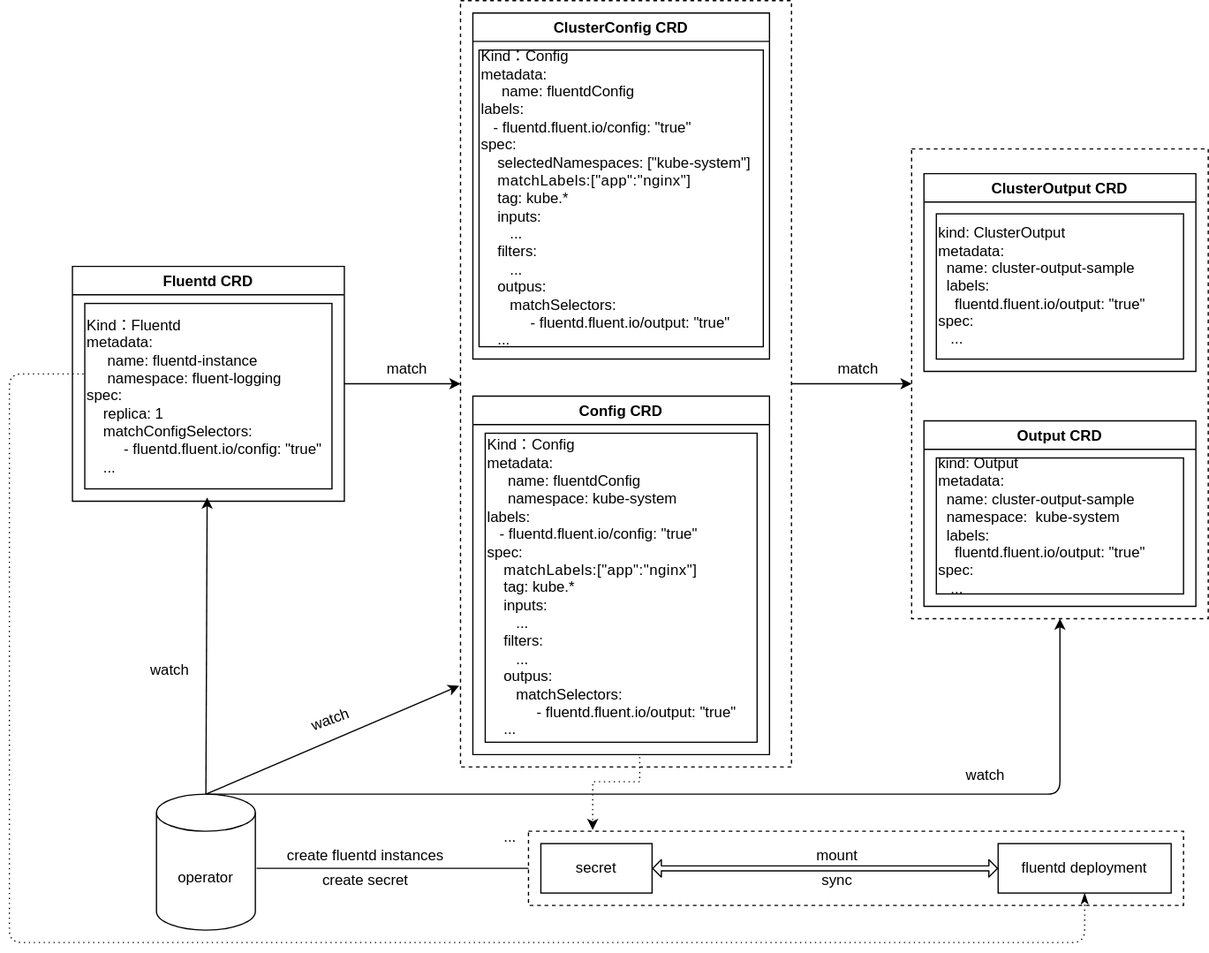
Above: images/fluentd-operator.svg in zhu733756/bedpic (draw.io), before the change. Source tidied: cells renumbered, new cells last; positions are measured from the earlier drawing's top-left corner, leaving out a move shared by most shapes.
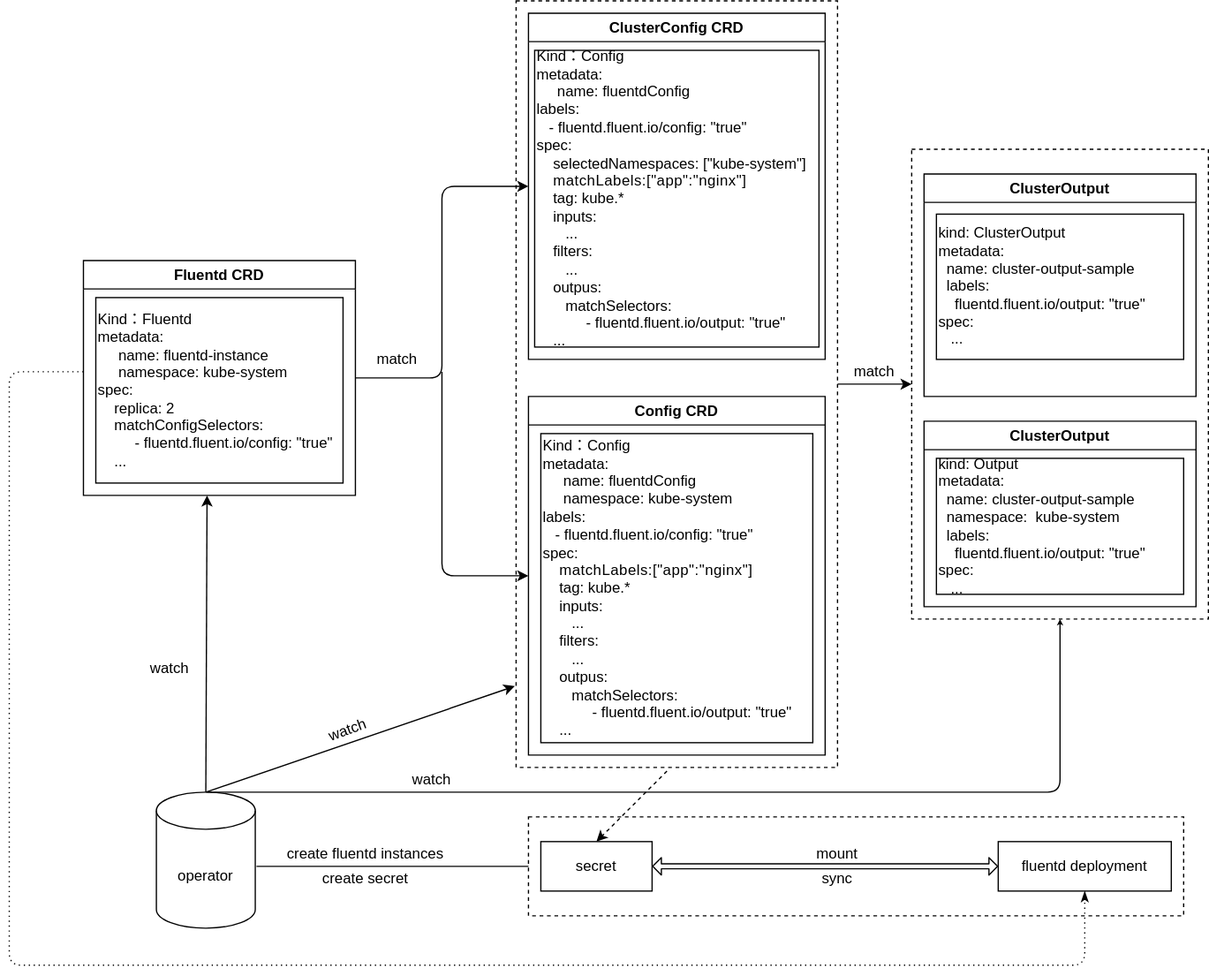
Later version of the same file.

Commit message:
update fluentd operator

What changed in the source:
```diff
@@ -3,31 +3,47 @@
     <mxCell id="0" />
     <mxCell id="1" parent="0" />
     <mxCell id="2" style="rounded=0;whiteSpace=wrap;html=1;dashed=1;" parent="1" vertex="1">
-      <mxGeometry x="365" width="267.8" height="620" as="geometry" />
+      <mxGeometry x="410" y="2" width="260" height="620" as="geometry" />
     </mxCell>
     <mxCell id="3" value="Fluentd CRD" style="swimlane;" parent="1" vertex="1">
-      <mxGeometry x="51" y="215" width="220" height="190" as="geometry" />
+      <mxGeometry x="60" y="212" width="220" height="190" as="geometry" />
     </mxCell>
-    <mxCell id="4" value="Kind：Fluentd&lt;br&gt;metadata:&lt;br&gt;&amp;nbsp; &amp;nbsp; &amp;nbsp;name: fluentd-instance&lt;br&gt;&amp;nbsp; &amp;nbsp; &amp;nbsp;namespace: fluent-logging&lt;br&gt;spec:&lt;br&gt;&amp;nbsp; &amp;nbsp; replica: 1&lt;br&gt;&amp;nbsp; &amp;nbsp; matchConfigSelectors:&lt;br&gt;&amp;nbsp; &amp;nbsp; &amp;nbsp; &amp;nbsp; &amp;nbsp;- fluentd.fluent.io/config: &quot;true&quot;&lt;br&gt;&amp;nbsp; &amp;nbsp; ..." style="whiteSpace=wrap;html=1;align=left;" parent="3" vertex="1">
+    <mxCell id="4" value="Kind：Fluentd&lt;br&gt;metadata:&lt;br&gt;&amp;nbsp; &amp;nbsp; &amp;nbsp;name: fluentd-instance&lt;br&gt;&amp;nbsp; &amp;nbsp; &amp;nbsp;namespace: kube-system&lt;br&gt;spec:&lt;br&gt;&amp;nbsp; &amp;nbsp; replica: 2&lt;br&gt;&amp;nbsp; &amp;nbsp; matchConfigSelectors:&lt;br&gt;&amp;nbsp; &amp;nbsp; &amp;nbsp; &amp;nbsp; &amp;nbsp;- fluentd.fluent.io/config: &quot;true&quot;&lt;br&gt;&amp;nbsp; &amp;nbsp; ..." style="whiteSpace=wrap;html=1;align=left;" parent="3" vertex="1">
       <mxGeometry x="10" y="30" width="200" height="150" as="geometry" />
     </mxCell>
     <mxCell id="5" value="Config CRD" style="swimlane;" parent="1" vertex="1">
-      <mxGeometry x="375" y="320" width="240" height="290" as="geometry" />
+      <mxGeometry x="420" y="322" width="240" height="290" as="geometry" />
     </mxCell>
     <mxCell id="6" value="&lt;div style=&quot;text-align: center&quot;&gt;&lt;br&gt;&lt;/div&gt;&lt;br&gt;&lt;br&gt;&lt;br&gt;&lt;br&gt;&lt;br&gt;Kind：Config&lt;br&gt;metadata:&lt;br&gt;&amp;nbsp; &amp;nbsp; &amp;nbsp;name: fluentdConfig&lt;br&gt;&amp;nbsp; &amp;nbsp; &amp;nbsp;namespace: kube-system&lt;br&gt;labels:&lt;br&gt;&amp;nbsp; &amp;nbsp;- fluentd.fluent.io/config: &quot;true&quot;&lt;br&gt;spec:&lt;br&gt;&amp;nbsp; &amp;nbsp;&amp;nbsp;&lt;span style=&quot;background-color: transparent ; color: inherit ; letter-spacing: 0.35px&quot;&gt;&lt;font style=&quot;font-size: 12px&quot;&gt;matchLabels:[&quot;app&quot;:&quot;nginx&quot;]&lt;/font&gt;&lt;/span&gt;&lt;br&gt;&amp;nbsp; &amp;nbsp; tag: kube.*&lt;br&gt;&amp;nbsp; &amp;nbsp; inputs:&lt;br&gt;&amp;nbsp; &amp;nbsp; &amp;nbsp; &amp;nbsp;...&lt;br&gt;&amp;nbsp; &amp;nbsp; filters:&lt;br&gt;&amp;nbsp; &amp;nbsp; &amp;nbsp; &amp;nbsp;...&lt;br&gt;&amp;nbsp; &amp;nbsp; outpus:&lt;br&gt;&amp;nbsp; &amp;nbsp; &amp;nbsp; &amp;nbsp;matchSelectors:&lt;br&gt;&amp;nbsp; &amp;nbsp; &amp;nbsp; &amp;nbsp; &amp;nbsp; &amp;nbsp; -&amp;nbsp;fluentd.fluent.io/output: &quot;true&quot;&lt;br&gt;&amp;nbsp; &amp;nbsp; ...&lt;br&gt;&lt;br&gt;&lt;br&gt;&lt;br&gt;&lt;br&gt;&lt;br&gt;&amp;nbsp; &amp;nbsp; ..." style="whiteSpace=wrap;html=1;align=left;" parent="5" vertex="1">
       <mxGeometry x="10" y="30" width="220" height="250" as="geometry" />
     </mxCell>
     <mxCell id="7" value="ClusterConfig CRD" style="swimlane;" parent="1" vertex="1">
-      <mxGeometry x="375" y="10" width="240" height="280" as="geometry" />
+      <mxGeometry x="420" y="12" width="240" height="280" as="geometry" />
     </mxCell>
     <mxCell id="8" value="Kind：Config&lt;br&gt;metadata:&lt;br&gt;&amp;nbsp; &amp;nbsp; &amp;nbsp;name: fluentdConfig&lt;br&gt;labels:&lt;br&gt;&amp;nbsp; &amp;nbsp;- fluentd.fluent.io/config: &quot;true&quot;&lt;br&gt;spec:&lt;br&gt;&amp;nbsp; &amp;nbsp; selectedNamespaces: [&quot;kube-system&quot;]&lt;br&gt;&amp;nbsp; &amp;nbsp;&amp;nbsp;&lt;span style=&quot;background-color: transparent ; color: inherit ; letter-spacing: 0.35px&quot;&gt;&lt;font style=&quot;font-size: 12px&quot;&gt;matchLabels:[&quot;app&quot;:&quot;nginx&quot;]&lt;/font&gt;&lt;/span&gt;&lt;br&gt;&amp;nbsp; &amp;nbsp; tag: kube.*&lt;br&gt;&amp;nbsp; &amp;nbsp; inputs:&lt;br&gt;&amp;nbsp; &amp;nbsp; &amp;nbsp; &amp;nbsp;...&lt;br&gt;&amp;nbsp; &amp;nbsp; filters:&lt;br&gt;&amp;nbsp; &amp;nbsp; &amp;nbsp; &amp;nbsp;...&lt;br&gt;&amp;nbsp; &amp;nbsp; outpus:&lt;br&gt;&amp;nbsp; &amp;nbsp; &amp;nbsp; &amp;nbsp;matchSelectors:&lt;br&gt;&amp;nbsp; &amp;nbsp; &amp;nbsp; &amp;nbsp; &amp;nbsp; &amp;nbsp; -&amp;nbsp;fluentd.fluent.io/output: &quot;true&quot;&lt;br&gt;&amp;nbsp; &amp;nbsp; ..." style="whiteSpace=wrap;html=1;align=left;" parent="7" vertex="1">
       <mxGeometry x="5" y="30" width="230" height="240" as="geometry" />
     </mxCell>
+    <mxCell id="37" style="endArrow=classic;html=1;entryX=0;entryY=0.5;entryDx=0;entryDy=0;exitX=1;exitY=0.5;exitDx=0;exitDy=0;" parent="1" edge="1" source="3" target="7">
+      <mxGeometry relative="1" as="geometry">
+        <Array as="points">
+          <mxPoint x="350" y="307" />
+          <mxPoint x="350" y="152" />
+        </Array>
+      </mxGeometry>
+    </mxCell>
+    <mxCell id="38" style="endArrow=classic;html=1;entryX=0;entryY=0.5;entryDx=0;entryDy=0;" parent="1" edge="1" target="5">
+      <mxGeometry relative="1" as="geometry">
+        <mxPoint x="350" y="302" as="sourcePoint" />
+        <Array as="points">
+          <mxPoint x="350" y="467" />
+        </Array>
+      </mxGeometry>
+    </mxCell>
     <mxCell id="9" value="match" style="text;html=1;strokeColor=none;fillColor=none;align=center;verticalAlign=middle;whiteSpace=wrap;rounded=0;" parent="1" vertex="1">
-      <mxGeometry x="302.2" y="288" width="40" height="20" as="geometry" />
+      <mxGeometry x="294" y="282" width="40" height="20" as="geometry" />
     </mxCell>
     <mxCell id="10" value="match" style="text;html=1;strokeColor=none;fillColor=none;align=center;verticalAlign=middle;whiteSpace=wrap;rounded=0;" parent="1" vertex="1">
-      <mxGeometry x="667" y="293" width="40" height="10" as="geometry" />
+      <mxGeometry x="680" y="292" width="40" height="20" as="geometry" />
     </mxCell>
     <mxCell id="11" value="operator" style="shape=cylinder3;whiteSpace=wrap;html=1;boundedLbl=1;backgroundOutline=1;size=15;" parent="1" vertex="1">
       <mxGeometry x="119" y="642" width="80" height="110" as="geometry" />
@@ -44,7 +60,7 @@
       <mxGeometry relative="1" as="geometry" />
     </mxCell>
     <mxCell id="15" value="watch" style="text;html=1;strokeColor=none;fillColor=none;align=center;verticalAlign=middle;whiteSpace=wrap;rounded=0;rotation=-20;" parent="1" vertex="1">
-      <mxGeometry x="240" y="572" width="40" height="20" as="geometry" />
+      <mxGeometry x="254" y="582" width="40" height="20" as="geometry" />
     </mxCell>
     <mxCell id="16" style="endArrow=classic;html=1;" parent="1" edge="1">
       <mxGeometry relative="1" as="geometry">
@@ -56,7 +72,7 @@
       <mxGeometry x="215" y="682" width="150" height="20" as="geometry" />
     </mxCell>
     <mxCell id="18" style="rounded=0;whiteSpace=wrap;html=1;dashed=1;" parent="1" vertex="1">
-      <mxGeometry x="420" y="672" width="530" height="60" as="geometry" />
+      <mxGeometry x="420" y="662" width="530" height="80" as="geometry" />
     </mxCell>
     <mxCell id="19" value="secret" style="rounded=0;whiteSpace=wrap;html=1;" parent="1" vertex="1">
       <mxGeometry x="430" y="682" width="90" height="40" as="geometry" />
@@ -79,7 +95,12 @@
     <mxCell id="25" value="create secret&amp;nbsp;" style="text;html=1;strokeColor=none;fillColor=none;align=center;verticalAlign=middle;whiteSpace=wrap;rounded=0;" parent="1" vertex="1">
       <mxGeometry x="215" y="702" width="150" height="20" as="geometry" />
     </mxCell>
+    <mxCell id="39" style="endArrow=classic;html=1;startSize=6;endSize=6;dashed=1;entryX=0.5;entryY=0;entryDx=0;entryDy=0;strokeWidth=1;" parent="1" edge="1" target="19">
+      <mxGeometry relative="1" as="geometry">
+        <mxPoint x="532" y="625" as="sourcePoint" />
+      </mxGeometry>
+    </mxCell>
-    <mxCell id="26" style="edgeStyle=orthogonalEdgeStyle;rounded=1;jettySize=auto;html=1;startSize=6;endSize=6;" parent="1" edge="1" target="27">
+    <mxCell id="26" style="edgeStyle=orthogonalEdgeStyle;rounded=1;jettySize=auto;html=1;startSize=2;endSize=2;" parent="1" edge="1" target="27">
       <mxGeometry relative="1" as="geometry">
         <mxPoint x="160" y="642" as="sourcePoint" />
         <Array as="points">
@@ -88,47 +109,35 @@
       </mxGeometry>
     </mxCell>
     <mxCell id="27" style="rounded=0;whiteSpace=wrap;html=1;dashed=1;" parent="1" vertex="1">
-      <mxGeometry x="730" y="120" width="240" height="380" as="geometry" />
+      <mxGeometry x="730" y="122" width="240" height="380" as="geometry" />
     </mxCell>
-    <mxCell id="28" value="ClusterOutput CRD" style="swimlane;startSize=23;" parent="1" vertex="1">
-      <mxGeometry x="740" y="140" width="220" height="160" as="geometry" />
+    <mxCell id="28" value="ClusterOutput" style="swimlane;" parent="1" vertex="1">
+      <mxGeometry x="740" y="142" width="220" height="180" as="geometry" />
     </mxCell>
+    <mxCell id="33" value="&lt;div&gt;&lt;span&gt;&lt;br&gt;&lt;/span&gt;&lt;/div&gt;&lt;div&gt;&lt;span&gt;&lt;br&gt;&lt;/span&gt;&lt;/div&gt;&lt;div&gt;&lt;span&gt;&lt;br&gt;&lt;/span&gt;&lt;/div&gt;&lt;div&gt;&lt;span&gt;&lt;br&gt;&lt;/span&gt;&lt;/div&gt;&lt;div&gt;&lt;span&gt;kind: ClusterOutput&lt;/span&gt;&lt;br&gt;&lt;/div&gt;&lt;div&gt;metadata:&lt;/div&gt;&lt;div&gt;&amp;nbsp; name: cluster-output-sample&lt;/div&gt;&lt;div&gt;&amp;nbsp; labels:&lt;/div&gt;&lt;div&gt;&amp;nbsp; &amp;nbsp; fluentd.fluent.io/output: &quot;true&quot;&lt;/div&gt;&lt;div&gt;spec:&lt;/div&gt;&lt;div&gt;&amp;nbsp; &amp;nbsp;...&lt;/div&gt;&lt;div&gt;&lt;br&gt;&lt;/div&gt;&lt;div&gt;&lt;br&gt;&lt;/div&gt;&lt;div&gt;&lt;br&gt;&lt;/div&gt;&lt;div&gt;&lt;br&gt;&lt;/div&gt;" style="whiteSpace=wrap;html=1;align=left;" parent="28" vertex="1">
+      <mxGeometry x="10" y="32.5" width="200" height="117.5" as="geometry" />
+    </mxCell>
-    <mxCell id="29" value="Output CRD" style="swimlane;" parent="1" vertex="1">
-      <mxGeometry x="740" y="340" width="220" height="150" as="geometry" />
+    <mxCell id="29" value="ClusterOutput" style="swimlane;" parent="1" vertex="1">
+      <mxGeometry x="740" y="342" width="220" height="150" as="geometry" />
     </mxCell>
+    <mxCell id="32" value="&lt;div&gt;&lt;span&gt;&lt;br&gt;&lt;/span&gt;&lt;/div&gt;&lt;div&gt;&lt;span&gt;&lt;br&gt;&lt;/span&gt;&lt;/div&gt;&lt;div&gt;&lt;span&gt;&lt;br&gt;&lt;/span&gt;&lt;/div&gt;&lt;div&gt;&lt;span&gt;&lt;br&gt;&lt;/span&gt;&lt;/div&gt;&lt;div&gt;&lt;span&gt;kind: Output&lt;/span&gt;&lt;br&gt;&lt;/div&gt;&lt;div&gt;metadata:&lt;/div&gt;&lt;div&gt;&amp;nbsp; name: cluster-output-sample&lt;/div&gt;&lt;div&gt;&amp;nbsp; namespace:&amp;nbsp; kube-system&lt;/div&gt;&lt;div&gt;&amp;nbsp; labels:&lt;/div&gt;&lt;div&gt;&amp;nbsp; &amp;nbsp; fluentd.fluent.io/output: &quot;true&quot;&lt;/div&gt;&lt;div&gt;spec:&lt;/div&gt;&lt;div&gt;&amp;nbsp; &amp;nbsp;...&lt;/div&gt;&lt;div&gt;&lt;br&gt;&lt;/div&gt;&lt;div&gt;&lt;br&gt;&lt;/div&gt;&lt;div&gt;&lt;br&gt;&lt;/div&gt;&lt;div&gt;&lt;br&gt;&lt;/div&gt;" style="whiteSpace=wrap;html=1;align=left;" parent="29" vertex="1">
+      <mxGeometry x="10" y="30" width="200" height="110" as="geometry" />
+    </mxCell>
+    <mxCell id="35" style="endArrow=classic;html=1;exitX=1;exitY=0.5;exitDx=0;exitDy=0;entryX=0;entryY=0.5;entryDx=0;entryDy=0;" parent="1" edge="1" source="2" target="27">
+      <mxGeometry relative="1" as="geometry" />
+    </mxCell>
     <mxCell id="30" value="watch" style="text;html=1;strokeColor=none;fillColor=none;align=center;verticalAlign=middle;whiteSpace=wrap;rounded=0;rotation=0;" parent="1" vertex="1">
-      <mxGeometry x="750" y="607" width="80" height="40" as="geometry" />
+      <mxGeometry x="302.2" y="612" width="80" height="40" as="geometry" />
     </mxCell>
     <mxCell id="31" style="endArrow=classicThin;dashed=1;html=1;dashPattern=1 3;strokeWidth=1;exitX=0.5;exitY=1;exitDx=0;exitDy=0;startArrow=none;startFill=0;endFill=1;entryX=0.5;entryY=1;entryDx=0;entryDy=0;" parent="1" edge="1" target="20">
       <mxGeometry relative="1" as="geometry">
         <mxPoint x="60" y="302" as="sourcePoint" />
         <Array as="points">
           <mxPoint y="302" />
-          <mxPoint y="762" />
-          <mxPoint x="870" y="762" />
+          <mxPoint y="782" />
+          <mxPoint x="870" y="782" />
         </Array>
       </mxGeometry>
     </mxCell>
-    <mxCell id="32" value="&lt;div&gt;&lt;span&gt;&lt;br&gt;&lt;/span&gt;&lt;/div&gt;&lt;div&gt;&lt;span&gt;&lt;br&gt;&lt;/span&gt;&lt;/div&gt;&lt;div&gt;&lt;span&gt;&lt;br&gt;&lt;/span&gt;&lt;/div&gt;&lt;div&gt;&lt;span&gt;&lt;br&gt;&lt;/span&gt;&lt;/div&gt;&lt;div&gt;&lt;span&gt;kind: Output&lt;/span&gt;&lt;br&gt;&lt;/div&gt;&lt;div&gt;metadata:&lt;/div&gt;&lt;div&gt;&amp;nbsp; name: cluster-output-sample&lt;/div&gt;&lt;div&gt;&amp;nbsp; namespace:&amp;nbsp; kube-system&lt;/div&gt;&lt;div&gt;&amp;nbsp; labels:&lt;/div&gt;&lt;div&gt;&amp;nbsp; &amp;nbsp; fluentd.fluent.io/output: &quot;true&quot;&lt;/div&gt;&lt;div&gt;spec:&lt;/div&gt;&lt;div&gt;&amp;nbsp; &amp;nbsp;...&lt;/div&gt;&lt;div&gt;&lt;br&gt;&lt;/div&gt;&lt;div&gt;&lt;br&gt;&lt;/div&gt;&lt;div&gt;&lt;br&gt;&lt;/div&gt;&lt;div&gt;&lt;br&gt;&lt;/div&gt;" style="whiteSpace=wrap;html=1;align=left;" parent="1" vertex="1">
-      <mxGeometry x="750" y="370" width="200" height="110" as="geometry" />
-    </mxCell>
-    <mxCell id="33" value="&lt;div&gt;&lt;span&gt;&lt;br&gt;&lt;/span&gt;&lt;/div&gt;&lt;div&gt;&lt;span&gt;&lt;br&gt;&lt;/span&gt;&lt;/div&gt;&lt;div&gt;&lt;span&gt;&lt;br&gt;&lt;/span&gt;&lt;/div&gt;&lt;div&gt;&lt;span&gt;&lt;br&gt;&lt;/span&gt;&lt;/div&gt;&lt;div&gt;&lt;span&gt;kind: ClusterOutput&lt;/span&gt;&lt;br&gt;&lt;/div&gt;&lt;div&gt;metadata:&lt;/div&gt;&lt;div&gt;&amp;nbsp; name: cluster-output-sample&lt;/div&gt;&lt;div&gt;&amp;nbsp; labels:&lt;/div&gt;&lt;div&gt;&amp;nbsp; &amp;nbsp; fluentd.fluent.io/output: &quot;true&quot;&lt;/div&gt;&lt;div&gt;spec:&lt;/div&gt;&lt;div&gt;&amp;nbsp; &amp;nbsp;...&lt;/div&gt;&lt;div&gt;&lt;br&gt;&lt;/div&gt;&lt;div&gt;&lt;br&gt;&lt;/div&gt;&lt;div&gt;&lt;br&gt;&lt;/div&gt;&lt;div&gt;&lt;br&gt;&lt;/div&gt;" style="whiteSpace=wrap;html=1;align=left;" parent="1" vertex="1">
-      <mxGeometry x="750" y="172.5" width="200" height="117.5" as="geometry" />
-    </mxCell>
-    <mxCell id="34" style="endArrow=classic;dashed=1;html=1;dashPattern=1 3;strokeWidth=1;startSize=6;endSize=6;exitX=0.098;exitY=-0.017;exitDx=0;exitDy=0;exitPerimeter=0;rounded=0;endFill=1;entryX=0.098;entryY=-0.017;entryDx=0;entryDy=0;entryPerimeter=0;" parent="1" edge="1" target="18">
-      <mxGeometry relative="1" as="geometry">
-        <mxPoint x="510" y="612" as="sourcePoint" />
-        <Array as="points">
-          <mxPoint x="510" y="632" />
-          <mxPoint x="472" y="632" />
-        </Array>
-      </mxGeometry>
-    </mxCell>
-    <mxCell id="35" style="endArrow=classic;html=1;exitX=1;exitY=0.5;exitDx=0;exitDy=0;rounded=0;entryX=0;entryY=0.5;entryDx=0;entryDy=0;" parent="1" edge="1" source="2" target="27">
-      <mxGeometry relative="1" as="geometry" />
-    </mxCell>
-    <mxCell id="36" style="endArrow=classic;html=1;rounded=0;entryX=0;entryY=0.5;entryDx=0;entryDy=0;exitX=1;exitY=0.5;exitDx=0;exitDy=0;" parent="1" edge="1" source="3" target="2">
-      <mxGeometry relative="1" as="geometry" />
-    </mxCell>
   </root>
 </mxGraphModel>
```
